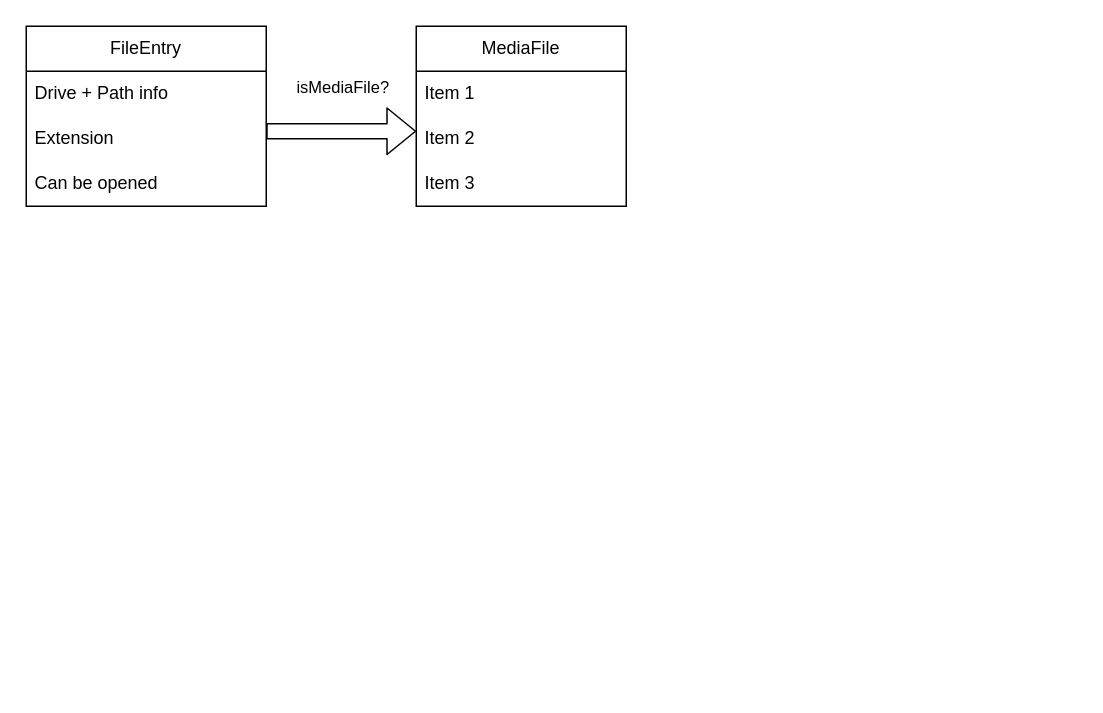
Above: common/src/models/media/arch.dio in furystack/pi-rat (draw.io), before the change. Source tidied: cells renumbered, new cells numbered last; positions are measured from the earlier drawing's top-left corner, leaving out a move shared by most shapes. Both pictures are drawn from the tidied source at 150%, with x=0, y=0 at pixel (26, 26).
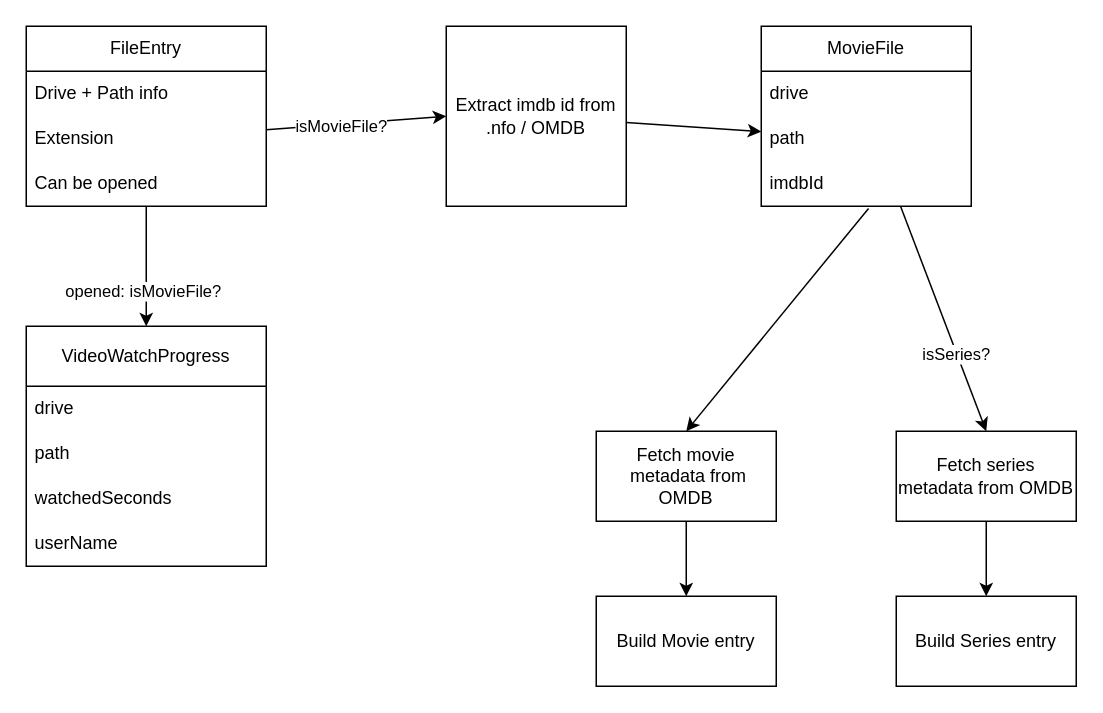
The same page after the edit.

The change refers to these unchanged cells:
```xml
<mxCell id="4" value="FileEntry" style="swimlane;fontStyle=0;horizontal=1;startSize=30;whiteSpace=wrap;html=1;" parent="1" vertex="1">
  <mxGeometry width="160" height="120" as="geometry" />
</mxCell>
<mxCell id="6" value="Extension" style="text;strokeColor=none;fillColor=none;align=left;verticalAlign=middle;spacingLeft=4;spacingRight=4;overflow=hidden;points=[[0,0.5],[1,0.5]];portConstraint=eastwest;whiteSpace=wrap;html=1;" parent="4" vertex="1">
  <mxGeometry y="60" width="160" height="30" as="geometry" />
</mxCell>
```

Diff of the diagram source:
```diff
@@
-    <mxCell id="2" style="shape=flexArrow;endArrow=classic;html=1;exitX=1;exitY=0.5;exitDx=0;exitDy=0;" parent="1" edge="1">
-      <mxGeometry relative="1" as="geometry">
-        <mxPoint x="160" y="70" as="sourcePoint" />
-        <mxPoint x="260" y="70" as="targetPoint" />
-      </mxGeometry>
-    </mxCell>
-    <mxCell id="3" value="isMediaFile?" style="edgeLabel;html=1;align=center;verticalAlign=middle;" parent="2" vertex="1">
-      <mxGeometry x="-0.3" y="1" relative="1" as="geometry">
-        <mxPoint x="15" y="-29" as="offset" />
-      </mxGeometry>
-    </mxCell>
+    <mxCell id="12" style="edgeStyle=none;html=1;" parent="1" edge="1" source="4">
+      <mxGeometry relative="1" as="geometry">
+        <mxPoint x="80" y="200" as="targetPoint" />
+      </mxGeometry>
+    </mxCell>
+    <mxCell id="13" value="opened: isMovieFile?" style="edgeLabel;html=1;align=center;verticalAlign=middle;" parent="12" vertex="1">
+      <mxGeometry x="0.41" y="-3" relative="1" as="geometry" />
+    </mxCell>
@@
+    <mxCell id="14" style="edgeStyle=none;html=1;entryX=0.5;entryY=0;entryDx=0;entryDy=0;exitX=0.511;exitY=1.048;exitDx=0;exitDy=0;exitPerimeter=0;" parent="1" edge="1" source="11" target="22">
+      <mxGeometry relative="1" as="geometry" />
+    </mxCell>
+    <mxCell id="15" style="edgeStyle=none;html=1;entryX=0.5;entryY=0;entryDx=0;entryDy=0;" parent="1" edge="1" source="8" target="24">
+      <mxGeometry relative="1" as="geometry" />
+    </mxCell>
+    <mxCell id="16" value="isSeries?" style="edgeLabel;html=1;align=center;verticalAlign=middle;" parent="15" vertex="1">
+      <mxGeometry x="0.31" y="-1" relative="1" as="geometry" />
+    </mxCell>
-    <mxCell id="8" value="MediaFile" style="swimlane;fontStyle=0;horizontal=1;startSize=30;whiteSpace=wrap;html=1;" parent="1" vertex="1">
-      <mxGeometry x="260" width="140" height="120" as="geometry" />
+    <mxCell id="8" value="MovieFile" style="swimlane;fontStyle=0;horizontal=1;startSize=30;whiteSpace=wrap;html=1;" parent="1" vertex="1">
+      <mxGeometry x="490" width="140" height="120" as="geometry" />
     </mxCell>
-    <mxCell id="9" value="Item 1" style="text;strokeColor=none;fillColor=none;align=left;verticalAlign=middle;spacingLeft=4;spacingRight=4;overflow=hidden;whiteSpace=wrap;html=1;" parent="8" vertex="1">
+    <mxCell id="9" value="drive" style="text;strokeColor=none;fillColor=none;align=left;verticalAlign=middle;spacingLeft=4;spacingRight=4;overflow=hidden;whiteSpace=wrap;html=1;" parent="8" vertex="1">
       <mxGeometry y="30" width="140" height="30" as="geometry" />
     </mxCell>
-    <mxCell id="10" value="Item 2" style="text;strokeColor=none;fillColor=none;align=left;verticalAlign=middle;spacingLeft=4;spacingRight=4;overflow=hidden;points=[[0,0.5],[1,0.5]];portConstraint=eastwest;whiteSpace=wrap;html=1;" parent="8" vertex="1">
+    <mxCell id="10" value="path" style="text;strokeColor=none;fillColor=none;align=left;verticalAlign=middle;spacingLeft=4;spacingRight=4;overflow=hidden;points=[[0,0.5],[1,0.5]];portConstraint=eastwest;whiteSpace=wrap;html=1;" parent="8" vertex="1">
       <mxGeometry y="60" width="140" height="30" as="geometry" />
     </mxCell>
-    <mxCell id="11" value="Item 3" style="text;strokeColor=none;fillColor=none;align=left;verticalAlign=middle;spacingLeft=4;spacingRight=4;overflow=hidden;points=[[0,0.5],[1,0.5]];portConstraint=eastwest;whiteSpace=wrap;html=1;" parent="8" vertex="1">
+    <mxCell id="11" value="imdbId" style="text;strokeColor=none;fillColor=none;align=left;verticalAlign=middle;spacingLeft=4;spacingRight=4;overflow=hidden;points=[[0,0.5],[1,0.5]];portConstraint=eastwest;whiteSpace=wrap;html=1;" parent="8" vertex="1">
       <mxGeometry y="90" width="140" height="30" as="geometry" />
     </mxCell>
+    <mxCell id="17" style="edgeStyle=none;html=1;" parent="1" edge="1" source="18" target="10">
+      <mxGeometry relative="1" as="geometry" />
+    </mxCell>
+    <mxCell id="18" value="Extract imdb id from&lt;br&gt;.nfo / OMDB" style="rounded=0;whiteSpace=wrap;html=1;" parent="1" vertex="1">
+      <mxGeometry x="280" width="120" height="120" as="geometry" />
+    </mxCell>
+    <mxCell id="19" style="edgeStyle=none;html=1;" parent="1" edge="1" source="6">
+      <mxGeometry relative="1" as="geometry">
+        <mxPoint x="280" y="60" as="targetPoint" />
+      </mxGeometry>
+    </mxCell>
+    <mxCell id="20" value="isMovieFile?" style="edgeLabel;html=1;align=center;verticalAlign=middle;" parent="19" vertex="1">
+      <mxGeometry x="-0.17" y="-1" relative="1" as="geometry" />
+    </mxCell>
+    <mxCell id="21" style="edgeStyle=none;html=1;" parent="1" edge="1" source="22" target="26">
+      <mxGeometry relative="1" as="geometry" />
+    </mxCell>
+    <mxCell id="22" value="Fetch movie&lt;br&gt;&amp;nbsp;metadata from OMDB" style="rounded=0;whiteSpace=wrap;html=1;" parent="1" vertex="1">
+      <mxGeometry x="380" y="270" width="120" height="60" as="geometry" />
+    </mxCell>
+    <mxCell id="23" style="edgeStyle=none;html=1;" parent="1" edge="1" source="24" target="25">
+      <mxGeometry relative="1" as="geometry" />
+    </mxCell>
+    <mxCell id="24" value="Fetch series metadata from OMDB" style="rounded=0;whiteSpace=wrap;html=1;" parent="1" vertex="1">
+      <mxGeometry x="580" y="270" width="120" height="60" as="geometry" />
+    </mxCell>
+    <mxCell id="25" value="Build Series entry" style="rounded=0;whiteSpace=wrap;html=1;" parent="1" vertex="1">
+      <mxGeometry x="580" y="380" width="120" height="60" as="geometry" />
+    </mxCell>
+    <mxCell id="26" value="Build Movie entry" style="rounded=0;whiteSpace=wrap;html=1;" parent="1" vertex="1">
+      <mxGeometry x="380" y="380" width="120" height="60" as="geometry" />
+    </mxCell>
+    <mxCell id="27" value="VideoWatchProgress" style="swimlane;fontStyle=0;horizontal=1;startSize=40;whiteSpace=wrap;html=1;" parent="1" vertex="1">
+      <mxGeometry y="200" width="160" height="160" as="geometry" />
+    </mxCell>
+    <mxCell id="28" value="drive" style="text;strokeColor=none;fillColor=none;align=left;verticalAlign=middle;spacingLeft=4;spacingRight=4;overflow=hidden;whiteSpace=wrap;html=1;" parent="27" vertex="1">
+      <mxGeometry y="40" width="160" height="30" as="geometry" />
+    </mxCell>
+    <mxCell id="29" value="path" style="text;strokeColor=none;fillColor=none;align=left;verticalAlign=middle;spacingLeft=4;spacingRight=4;overflow=hidden;whiteSpace=wrap;html=1;" parent="27" vertex="1">
+      <mxGeometry y="70" width="160" height="30" as="geometry" />
+    </mxCell>
+    <mxCell id="30" value="watchedSeconds" style="text;strokeColor=none;fillColor=none;align=left;verticalAlign=middle;spacingLeft=4;spacingRight=4;overflow=hidden;whiteSpace=wrap;html=1;" parent="27" vertex="1">
+      <mxGeometry y="100" width="160" height="30" as="geometry" />
+    </mxCell>
+    <mxCell id="31" value="userName" style="text;strokeColor=none;fillColor=none;align=left;verticalAlign=middle;spacingLeft=4;spacingRight=4;overflow=hidden;whiteSpace=wrap;html=1;" parent="27" vertex="1">
+      <mxGeometry y="130" width="160" height="30" as="geometry" />
+    </mxCell>
```
